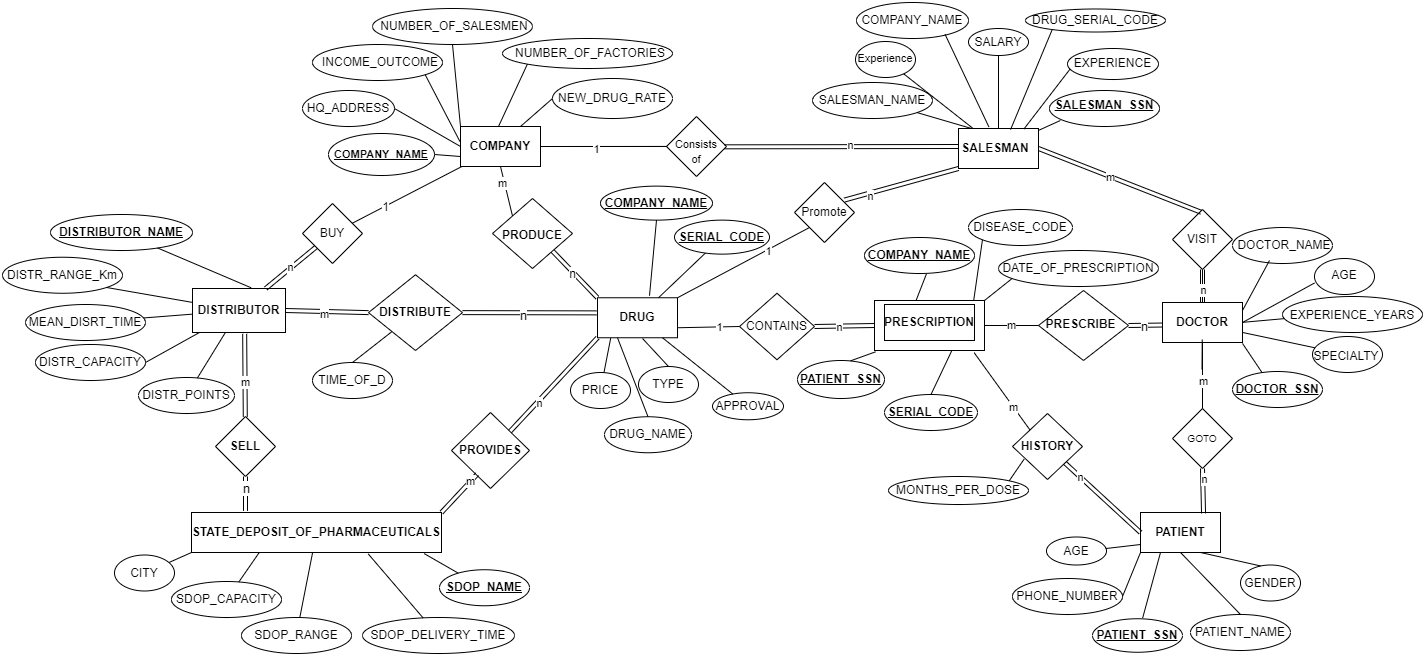
Above: db_v3.drawio.png in PavlosTzitzos/database-project (draw.io), before the change. Source tidied: cells renumbered, new cells last; positions are measured from the earlier drawing's top-left corner, leaving out a move shared by most shapes.
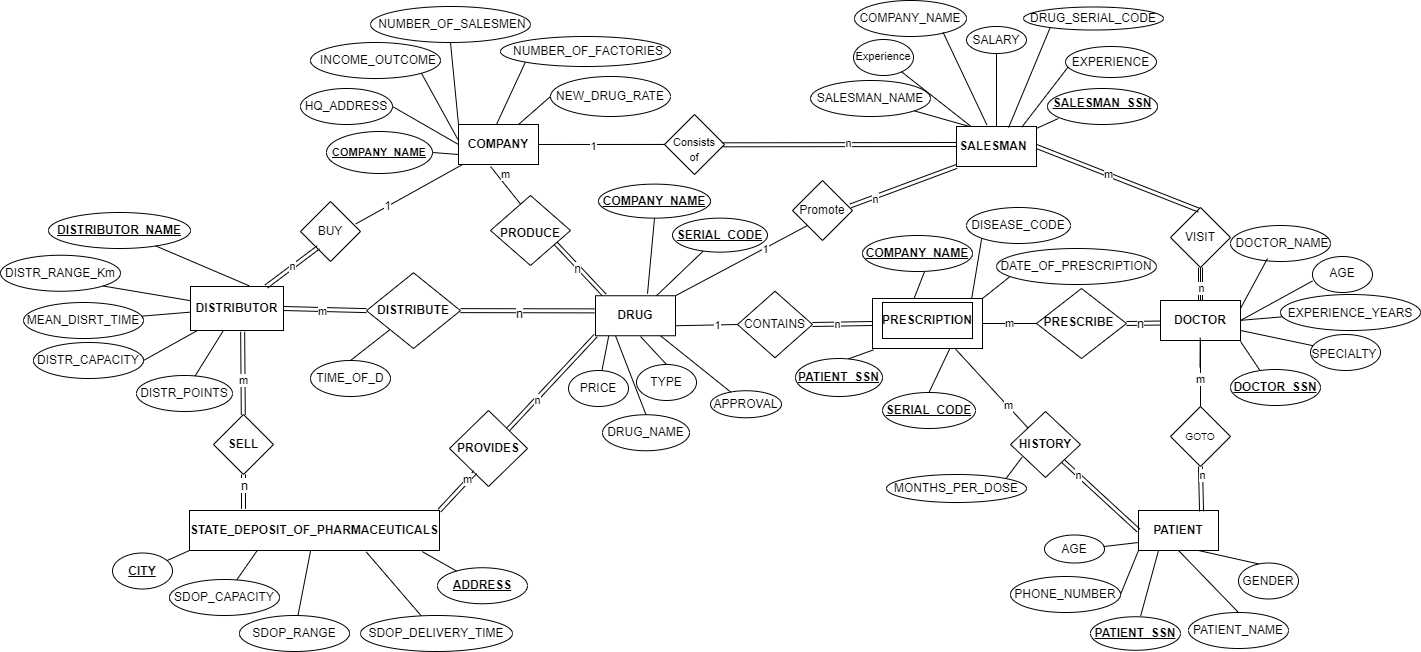
The same diagram one commit later.

What changed in the source:
```diff
@@ -64,13 +64,13 @@
     <mxCell id="21" value="&lt;span style=&quot;font-size: 12px; font-weight: 700;&quot;&gt;STATE_DEPOSIT_OF_PHARMACEUTICALS&lt;/span&gt;" style="rounded=0;whiteSpace=wrap;html=1;fontSize=11;" parent="1" vertex="1">
       <mxGeometry x="189" y="510" width="250" height="40" as="geometry" />
     </mxCell>
-    <mxCell id="22" style="endArrow=none;html=1;rounded=0;strokeColor=default;fontSize=10;" parent="1" edge="1" source="8" target="10">
+    <mxCell id="22" style="endArrow=none;html=1;rounded=0;strokeColor=default;fontSize=10;entryX=0.923;entryY=0.373;entryDx=0;entryDy=0;entryPerimeter=0;" parent="1" edge="1" source="8" target="10">
       <mxGeometry relative="1" as="geometry" />
     </mxCell>
     <mxCell id="23" value="1" style="edgeLabel;html=1;align=center;verticalAlign=middle;fontSize=12;" parent="22" vertex="1">
       <mxGeometry x="0.41" relative="1" as="geometry" />
     </mxCell>
-    <mxCell id="24" style="endArrow=none;html=1;rounded=0;strokeColor=default;fontSize=10;shape=link;" parent="1" edge="1" source="10" target="5">
+    <mxCell id="24" style="endArrow=none;html=1;rounded=0;strokeColor=default;fontSize=10;shape=link;exitX=0.298;exitY=0.764;exitDx=0;exitDy=0;exitPerimeter=0;" parent="1" edge="1" source="10" target="5">
       <mxGeometry relative="1" as="geometry" />
     </mxCell>
     <mxCell id="25" value="n" style="edgeLabel;html=1;align=center;verticalAlign=middle;fontSize=11;" parent="24" vertex="1">
@@ -108,7 +108,7 @@
     <mxCell id="35" style="endArrow=none;html=1;rounded=0;strokeColor=default;fontSize=10;exitX=1;exitY=1;exitDx=0;exitDy=0;" parent="1" edge="1" source="30" target="5">
       <mxGeometry relative="1" as="geometry" />
     </mxCell>
-    <mxCell id="36" value="&lt;span style=&quot;font-size: 12px; text-align: left;&quot;&gt;CITY&lt;/span&gt;" style="ellipse;whiteSpace=wrap;html=1;fontSize=10;" parent="1" vertex="1">
+    <mxCell id="36" value="&lt;span style=&quot;font-size: 12px; text-align: left;&quot;&gt;&lt;b&gt;&lt;u&gt;CITY&lt;/u&gt;&lt;/b&gt;&lt;/span&gt;" style="ellipse;whiteSpace=wrap;html=1;fontSize=10;" parent="1" vertex="1">
       <mxGeometry x="112" y="552.5" width="60" height="36" as="geometry" />
     </mxCell>
     <mxCell id="37" value="&lt;span style=&quot;font-size: 12px; text-align: left;&quot;&gt;SDOP_CAPACITY&lt;/span&gt;" style="ellipse;whiteSpace=wrap;html=1;fontSize=10;" parent="1" vertex="1">
@@ -120,7 +120,7 @@
     <mxCell id="39" value="&lt;span style=&quot;font-size: 12px; text-align: left;&quot;&gt;SDOP_DELIVERY_TIME&lt;/span&gt;" style="ellipse;whiteSpace=wrap;html=1;fontSize=10;" parent="1" vertex="1">
       <mxGeometry x="360" y="615" width="152" height="36" as="geometry" />
     </mxCell>
-    <mxCell id="40" value="&lt;span style=&quot;font-size: 12px; font-weight: 700; text-align: left; text-decoration-line: underline;&quot;&gt;SDOP_NAME&lt;/span&gt;" style="ellipse;whiteSpace=wrap;html=1;fontSize=10;" parent="1" vertex="1">
+    <mxCell id="40" value="&lt;span style=&quot;font-size: 12px; font-weight: 700; text-align: left; text-decoration-line: underline;&quot;&gt;ADDRESS&lt;/span&gt;" style="ellipse;whiteSpace=wrap;html=1;fontSize=10;" parent="1" vertex="1">
       <mxGeometry x="437" y="567.2" width="90" height="36" as="geometry" />
     </mxCell>
     <mxCell id="41" style="endArrow=none;html=1;rounded=0;strokeColor=default;fontSize=10;entryX=0;entryY=1;entryDx=0;entryDy=0;" parent="1" edge="1" source="36" target="21">
@@ -139,7 +139,7 @@
       <mxGeometry relative="1" as="geometry" />
     </mxCell>
     <mxCell id="46" style="rhombus;whiteSpace=wrap;html=1;" parent="1" vertex="1">
-      <mxGeometry x="490" y="196" width="80" height="70" as="geometry" />
+      <mxGeometry x="490" y="195" width="80" height="70" as="geometry" />
     </mxCell>
     <mxCell id="47" value="&lt;span style=&quot;font-weight: 700;&quot;&gt;HISTORY&lt;/span&gt;" style="rhombus;whiteSpace=wrap;html=1;" parent="1" vertex="1">
       <mxGeometry x="1010" y="411" width="70" height="66" as="geometry" />
@@ -171,8 +171,10 @@
         <mxPoint x="1" y="-7" as="offset" />
       </mxGeometry>
     </mxCell>
-    <mxCell id="55" style="endArrow=none;html=1;strokeWidth=1;entryX=0.5;entryY=1;entryDx=0;entryDy=0;exitX=0;exitY=0;exitDx=0;exitDy=0;" parent="1" edge="1" source="46" target="8">
-      <mxGeometry relative="1" as="geometry" />
+    <mxCell id="55" style="endArrow=none;html=1;strokeWidth=1;exitX=0.378;exitY=0.126;exitDx=0;exitDy=0;exitPerimeter=0;" parent="1" edge="1" source="46">
+      <mxGeometry relative="1" as="geometry">
+        <mxPoint x="490" y="166" as="targetPoint" />
+      </mxGeometry>
     </mxCell>
     <mxCell id="56" value="m" style="edgeLabel;html=1;align=center;verticalAlign=middle;" parent="55" vertex="1">
       <mxGeometry x="-0.42" relative="1" as="geometry">
@@ -221,7 +223,7 @@
     <mxCell id="67" value="1" style="edgeLabel;html=1;align=center;verticalAlign=middle;fontSize=11;" parent="66" vertex="1">
       <mxGeometry x="0.35" y="-1" relative="1" as="geometry" />
     </mxCell>
-    <mxCell id="68" style="endArrow=none;html=1;strokeWidth=1;entryX=0;entryY=1;entryDx=0;entryDy=0;shape=link;exitX=0.834;exitY=0.292;exitDx=0;exitDy=0;exitPerimeter=0;" parent="1" edge="1" source="48" target="105">
+    <mxCell id="68" style="endArrow=none;html=1;strokeWidth=1;entryX=0;entryY=1;entryDx=0;entryDy=0;shape=link;exitX=0.966;exitY=0.424;exitDx=0;exitDy=0;exitPerimeter=0;" parent="1" edge="1" source="48" target="105">
       <mxGeometry relative="1" as="geometry" />
     </mxCell>
     <mxCell id="69" value="n" style="edgeLabel;html=1;align=center;verticalAlign=middle;fontSize=11;" parent="68" vertex="1">
@@ -233,7 +235,7 @@
     <mxCell id="71" value="n" style="edgeLabel;html=1;align=center;verticalAlign=middle;fontSize=11;" parent="70" vertex="1">
       <mxGeometry x="-0.6" relative="1" as="geometry" />
     </mxCell>
-    <mxCell id="72" style="endArrow=none;html=1;strokeWidth=1;entryX=0;entryY=0;entryDx=0;entryDy=0;exitX=0.906;exitY=1.044;exitDx=0;exitDy=0;exitPerimeter=0;" parent="1" edge="1" source="2" target="47">
+    <mxCell id="72" style="endArrow=none;html=1;strokeWidth=1;entryX=0;entryY=0;entryDx=0;entryDy=0;exitX=0.75;exitY=1;exitDx=0;exitDy=0;" parent="1" edge="1" source="2" target="47">
       <mxGeometry relative="1" as="geometry" />
     </mxCell>
     <mxCell id="73" value="m" style="edgeLabel;html=1;align=center;verticalAlign=middle;fontSize=11;" parent="72" vertex="1">
@@ -241,7 +243,7 @@
         <mxPoint x="-8" y="-13" as="offset" />
       </mxGeometry>
     </mxCell>
-    <mxCell id="74" style="endArrow=none;html=1;strokeWidth=1;entryX=0;entryY=0;entryDx=0;entryDy=0;exitX=1;exitY=1;exitDx=0;exitDy=0;shape=link;" parent="1" edge="1" source="46" target="142">
+    <mxCell id="74" style="endArrow=none;html=1;strokeWidth=1;entryX=0.116;entryY=-0.005;entryDx=0;entryDy=0;exitX=0.812;exitY=0.681;exitDx=0;exitDy=0;shape=link;exitPerimeter=0;entryPerimeter=0;" parent="1" edge="1" source="46" target="142">
       <mxGeometry relative="1" as="geometry" />
     </mxCell>
     <mxCell id="75" value="n" style="edgeLabel;html=1;align=center;verticalAlign=middle;fontSize=12;" parent="74" vertex="1">
```
